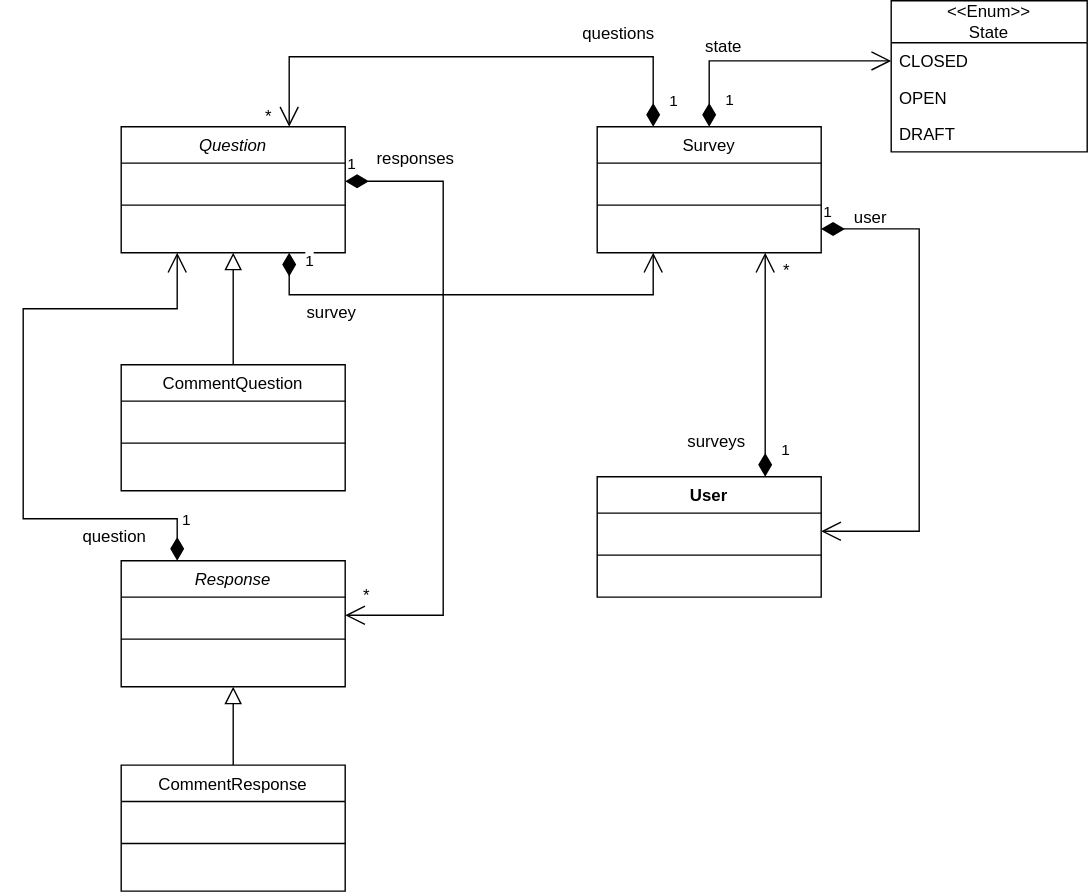
JackieSL1/mini-survery-monkey keeps this draw.io diagram as diagrams/ModelUML.drawio.svg. Above is the earlier version. Source tidied: cells renumbered, new cells last; positions are measured from the earlier drawing's top-left corner, leaving out a move shared by most shapes.
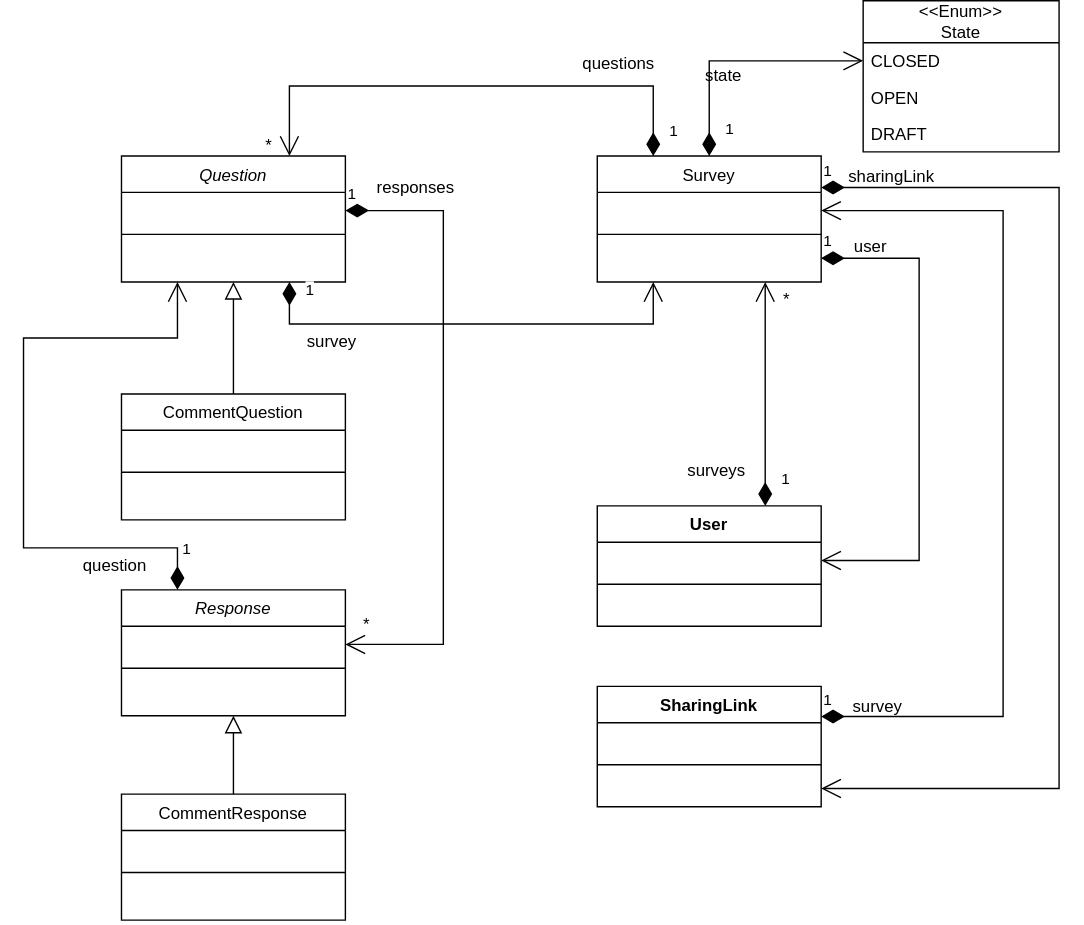
After the change.

Commit message:
Update UML and add corresponding field in Survey

The edit, as a diff of the source:
```diff
@@ -115,7 +115,7 @@
       <mxGeometry x="190" y="208" width="60" height="30" as="geometry" />
     </mxCell>
     <mxCell id="32" value="&lt;div&gt;&amp;lt;&amp;lt;Enum&amp;gt;&amp;gt;&lt;/div&gt;State" style="swimlane;fontStyle=0;horizontal=1;startSize=30;fillColor=none;whiteSpace=wrap;html=1;" parent="1" vertex="1">
-      <mxGeometry x="620" width="140" height="108" as="geometry" />
+      <mxGeometry x="600" y="-21" width="140" height="108" as="geometry" />
     </mxCell>
     <mxCell id="33" value="CLOSED" style="text;strokeColor=none;fillColor=none;align=left;verticalAlign=top;spacingLeft=4;spacingRight=4;overflow=hidden;points=[[0,0.5],[1,0.5]];portConstraint=eastwest;whiteSpace=wrap;html=1;" parent="32" vertex="1">
       <mxGeometry y="30" width="140" height="26" as="geometry" />
@@ -174,5 +174,39 @@
     <mxCell id="48" value="*" style="text;html=1;align=center;verticalAlign=middle;strokeColor=none;fillColor=none;" parent="1" vertex="1">
       <mxGeometry x="530" y="178" width="30" height="30" as="geometry" />
     </mxCell>
+    <mxCell id="49" value="SharingLink" style="swimlane;fontStyle=1;align=center;verticalAlign=top;horizontal=1;startSize=26;whiteSpace=wrap;html=1;" parent="1" vertex="1">
+      <mxGeometry x="410" y="469" width="160" height="86" as="geometry" />
+    </mxCell>
+    <mxCell id="50" value="&amp;nbsp;" style="text;strokeColor=none;fillColor=none;align=left;verticalAlign=top;spacingLeft=4;spacingRight=4;overflow=hidden;whiteSpace=wrap;html=1;" parent="49" vertex="1">
+      <mxGeometry y="26" width="160" height="26" as="geometry" />
+    </mxCell>
+    <mxCell id="51" style="line;strokeWidth=1;fillColor=none;align=left;verticalAlign=middle;spacingTop=-1;spacingLeft=3;spacingRight=3;labelPosition=right;strokeColor=inherit;" parent="49" vertex="1">
+      <mxGeometry y="52" width="160" height="8" as="geometry" />
+    </mxCell>
+    <mxCell id="52" value="&amp;nbsp;" style="text;strokeColor=none;fillColor=none;align=left;verticalAlign=top;spacingLeft=4;spacingRight=4;overflow=hidden;points=[[0,0.5],[1,0.5]];portConstraint=eastwest;whiteSpace=wrap;html=1;" parent="49" vertex="1">
+      <mxGeometry y="60" width="160" height="26" as="geometry" />
+    </mxCell>
+    <mxCell id="53" value="1" style="endArrow=open;html=1;endSize=12;startArrow=diamondThin;startSize=14;startFill=1;edgeStyle=orthogonalEdgeStyle;align=left;verticalAlign=bottom;rounded=0;entryX=1;entryY=0.5;entryDx=0;entryDy=0;exitX=1;exitY=0.25;exitDx=0;exitDy=0;" parent="1" edge="1" source="49" target="12">
+      <mxGeometry x="-1" y="3" relative="1" as="geometry">
+        <Array as="points">
+          <mxPoint x="700" y="491" />
+          <mxPoint x="700" y="129" />
+        </Array>
+      </mxGeometry>
+    </mxCell>
+    <mxCell id="54" value="survey" style="text;html=1;align=center;verticalAlign=middle;strokeColor=none;fillColor=none;" parent="1" vertex="1">
+      <mxGeometry x="580" y="469" width="60" height="30" as="geometry" />
+    </mxCell>
+    <mxCell id="55" value="1" style="endArrow=open;html=1;endSize=12;startArrow=diamondThin;startSize=14;startFill=1;edgeStyle=orthogonalEdgeStyle;align=left;verticalAlign=bottom;rounded=0;exitX=1;exitY=0.25;exitDx=0;exitDy=0;entryX=1;entryY=0.5;entryDx=0;entryDy=0;" parent="1" edge="1" source="11" target="52">
+      <mxGeometry x="-1" y="3" relative="1" as="geometry">
+        <Array as="points">
+          <mxPoint x="740" y="113" />
+          <mxPoint x="740" y="542" />
+        </Array>
+      </mxGeometry>
+    </mxCell>
+    <mxCell id="56" value="sharingLink" style="text;html=1;align=center;verticalAlign=middle;strokeColor=none;fillColor=none;" parent="1" vertex="1">
+      <mxGeometry x="580" y="90" width="80" height="30" as="geometry" />
+    </mxCell>
   </root>
 </mxGraphModel>
```
